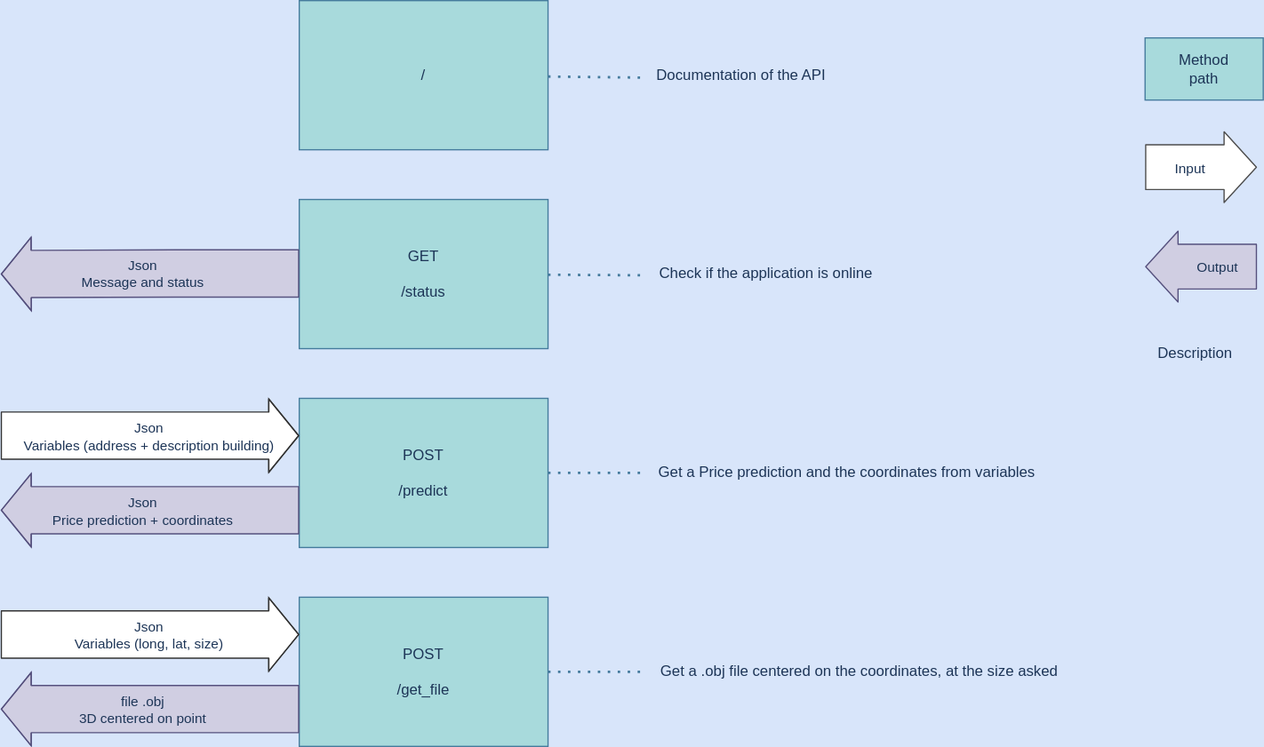
The draw.io diagram Schemas/API_Diagram.svg in Demesmaeker/ImmoEliza, before a commit. Source tidied: cells renumbered, new cells last; positions are measured from the earlier drawing's top-left corner, leaving out a move shared by most shapes.
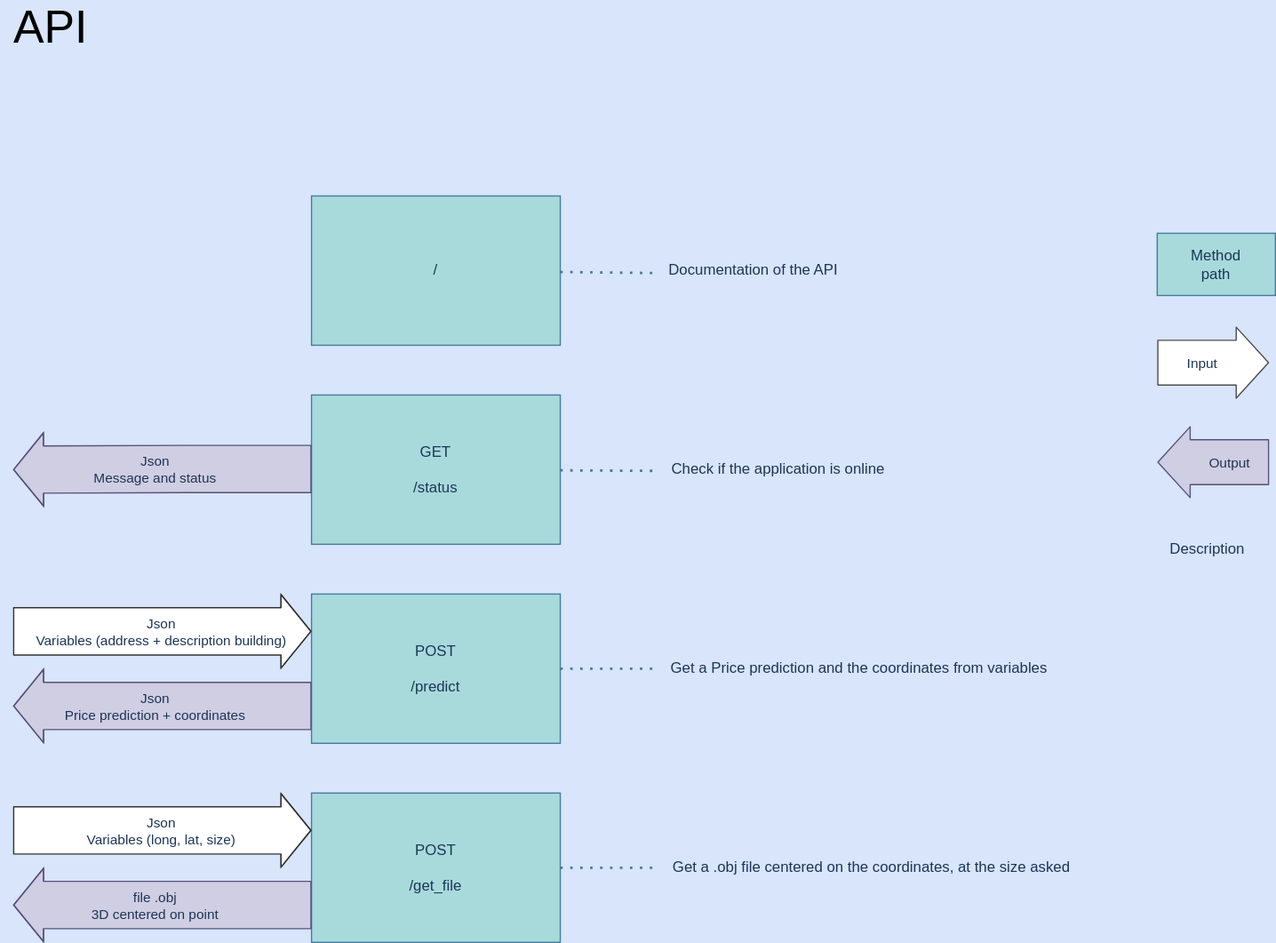
After the change.

Diff of the diagram source:
```diff
@@ -140,5 +140,8 @@
     <mxCell id="29" value="Get a .obj file centered on the coordinates, at the size asked" style="text;html=1;align=center;verticalAlign=middle;fontColor=#1D3557;" parent="1" vertex="1">
       <mxGeometry x="520" y="530" width="340" height="20" as="geometry" />
     </mxCell>
+    <mxCell id="30" value="&lt;font style=&quot;font-size: 37px&quot;&gt;API&lt;/font&gt;" style="text;html=1;align=center;verticalAlign=middle;" parent="1" vertex="1">
+      <mxGeometry x="-10" y="-150" width="80" height="30" as="geometry" />
+    </mxCell>
   </root>
 </mxGraphModel>
```
